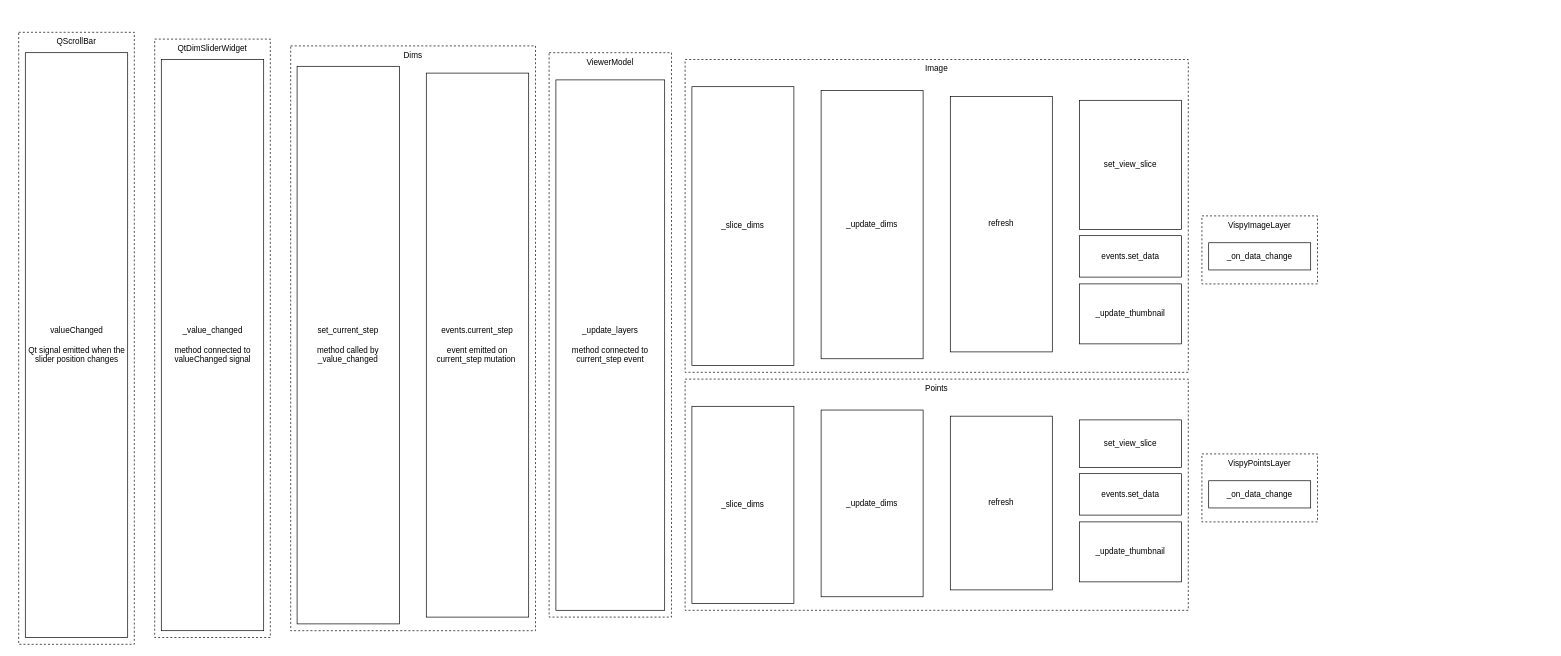
Before: napari-slicing-sync-calls.drawio in andy-sweet/napari-diagrams, a draw.io diagram. Source tidied: cells renumbered, new cells numbered last; positions are measured from the earlier drawing's top-left corner, leaving out a move shared by most shapes. Both pictures are drawn from the tidied source at 68%, with x=0, y=0 at pixel (18, 32).
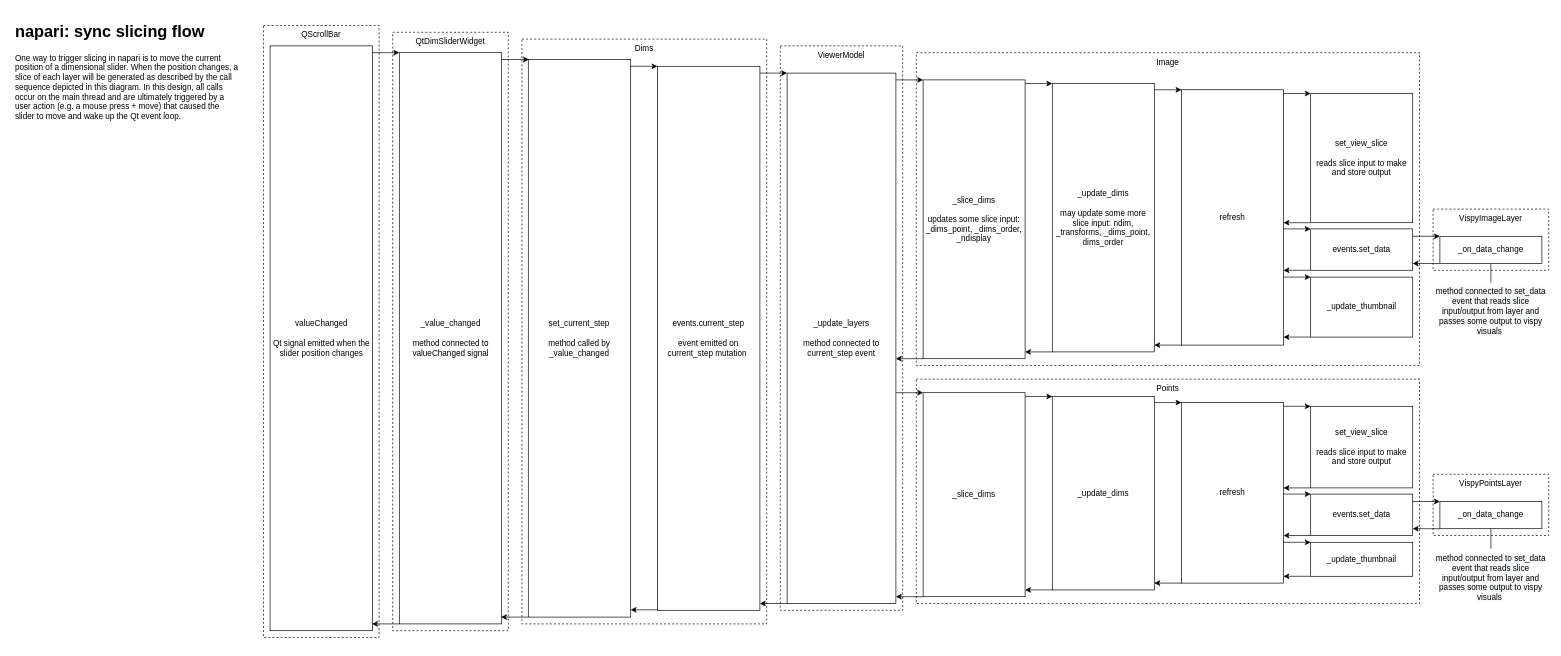
The same diagram, later.

The edit, as a diff of the source:
```diff
@@
-    <mxCell id="2" style="group;" parent="1" vertex="1">
-      <mxGeometry x="1740" y="270" width="170" height="100" as="geometry" />
-    </mxCell>
+    <mxCell id="6" value="VispyPointsLayer" style="rounded=0;whiteSpace=wrap;html=1;verticalAlign=top;align=center;spacingLeft=0;spacingTop=0;dashed=1;" parent="1" vertex="1">
+      <mxGeometry x="2080" y="650" width="170" height="90" as="geometry" />
+    </mxCell>
-    <mxCell id="3" value="VispyImageLayer" style="rounded=0;whiteSpace=wrap;html=1;verticalAlign=top;align=center;spacingLeft=0;spacingTop=0;dashed=1;" parent="2" vertex="1">
-      <mxGeometry width="170" height="100" as="geometry" />
+    <mxCell id="3" value="VispyImageLayer" style="rounded=0;whiteSpace=wrap;html=1;verticalAlign=top;align=center;spacingLeft=0;spacingTop=0;dashed=1;" parent="1" vertex="1">
+      <mxGeometry x="2080" y="260" width="170" height="90" as="geometry" />
     </mxCell>
-    <mxCell id="4" value="_on_data_change" style="rounded=0;whiteSpace=wrap;html=1;" parent="2" vertex="1">
-      <mxGeometry x="10" y="39.5" width="150" height="40" as="geometry" />
-    </mxCell>
-    <mxCell id="5" style="group;" parent="1" vertex="1">
-      <mxGeometry x="1740" y="620" width="170" height="100" as="geometry" />
-    </mxCell>
-    <mxCell id="6" value="VispyPointsLayer" style="rounded=0;whiteSpace=wrap;html=1;verticalAlign=top;align=center;spacingLeft=0;spacingTop=0;dashed=1;" parent="5" vertex="1">
-      <mxGeometry width="170" height="100" as="geometry" />
-    </mxCell>
-    <mxCell id="7" value="_on_data_change" style="rounded=0;whiteSpace=wrap;html=1;" parent="5" vertex="1">
-      <mxGeometry x="10" y="39.5" width="150" height="40" as="geometry" />
-    </mxCell>
+    <mxCell id="31" value="&lt;span style=&quot;color: rgb(0, 0, 0); font-family: Helvetica; font-size: 12px; font-style: normal; font-variant-ligatures: normal; font-variant-caps: normal; font-weight: 400; letter-spacing: normal; orphans: 2; text-indent: 0px; text-transform: none; widows: 2; word-spacing: 0px; -webkit-text-stroke-width: 0px; background-color: rgb(248, 249, 250); text-decoration-thickness: initial; text-decoration-style: initial; text-decoration-color: initial; float: none; display: inline !important;&quot;&gt;method connected to set_data event that reads slice input/output from layer and passes some output to vispy visuals&amp;nbsp;&lt;br&gt;&lt;/span&gt;" style="text;whiteSpace=wrap;html=1;align=center;" parent="1" vertex="1">
+      <mxGeometry x="2080" y="367.7" width="170" height="70.5" as="geometry" />
+    </mxCell>
     <mxCell id="8" value="ViewerModel" style="rounded=0;whiteSpace=wrap;html=1;verticalAlign=top;align=center;spacingLeft=0;spacingTop=0;dashed=1;fillColor=none;" parent="1" vertex="1">
-      <mxGeometry x="780" y="30" width="180" height="830" as="geometry" />
+      <mxGeometry x="1120" y="20" width="180" height="830" as="geometry" />
     </mxCell>
     <mxCell id="9" value="_update_layers&lt;br&gt;&lt;br&gt;method connected to current_step event" style="rounded=0;whiteSpace=wrap;html=1;" parent="1" vertex="1">
-      <mxGeometry x="790" y="70" width="160" height="780" as="geometry" />
+      <mxGeometry x="1130" y="60" width="160" height="780" as="geometry" />
     </mxCell>
     <mxCell id="10" value="Dims" style="rounded=0;whiteSpace=wrap;html=1;verticalAlign=top;align=center;spacingLeft=0;spacingTop=0;dashed=1;" parent="1" vertex="1">
-      <mxGeometry x="400" y="20" width="360" height="860" as="geometry" />
+      <mxGeometry x="740" y="10" width="360" height="860" as="geometry" />
     </mxCell>
     <mxCell id="11" value="events.current_step&lt;br&gt;&lt;br&gt;event emitted on current_step mutation&amp;nbsp;" style="rounded=0;whiteSpace=wrap;html=1;" parent="1" vertex="1">
-      <mxGeometry x="599.4" y="60" width="150.6" height="800" as="geometry" />
+      <mxGeometry x="939.4" y="50" width="150.6" height="800" as="geometry" />
     </mxCell>
-    <mxCell id="12" value="Points" style="rounded=0;whiteSpace=wrap;html=1;verticalAlign=top;align=center;spacingLeft=0;spacingTop=0;dashed=1;fillColor=none;" parent="1" vertex="1">
-      <mxGeometry x="980" y="510" width="740" height="340" as="geometry" />
-    </mxCell>
-    <mxCell id="13" value="_slice_dims" style="rounded=0;whiteSpace=wrap;html=1;" parent="1" vertex="1">
-      <mxGeometry x="990" y="550" width="150" height="290" as="geometry" />
-    </mxCell>
-    <mxCell id="14" value="_update_dims" style="rounded=0;whiteSpace=wrap;html=1;" parent="1" vertex="1">
-      <mxGeometry x="1180" y="555.5" width="150" height="274.6" as="geometry" />
-    </mxCell>
-    <mxCell id="15" value="refresh" style="rounded=0;whiteSpace=wrap;html=1;" parent="1" vertex="1">
-      <mxGeometry x="1370" y="564.5" width="150" height="255.5" as="geometry" />
-    </mxCell>
-    <mxCell id="16" value="set_view_slice" style="rounded=0;whiteSpace=wrap;html=1;" parent="1" vertex="1">
-      <mxGeometry x="1560" y="570" width="150" height="70" as="geometry" />
-    </mxCell>
-    <mxCell id="17" value="events.set_data" style="rounded=0;whiteSpace=wrap;html=1;" parent="1" vertex="1">
-      <mxGeometry x="1560" y="649.1" width="150" height="60.9" as="geometry" />
-    </mxCell>
-    <mxCell id="18" value="_update_thumbnail" style="rounded=0;whiteSpace=wrap;html=1;" parent="1" vertex="1">
-      <mxGeometry x="1560" y="720" width="150" height="88.2" as="geometry" />
-    </mxCell>
     <mxCell id="19" value="Image" style="rounded=0;whiteSpace=wrap;html=1;verticalAlign=top;align=center;spacingLeft=0;spacingTop=0;dashed=1;fillColor=none;" parent="1" vertex="1">
-      <mxGeometry x="980" y="40" width="740" height="460" as="geometry" />
+      <mxGeometry x="1320" y="30" width="740" height="460" as="geometry" />
     </mxCell>
-    <mxCell id="20" value="_slice_dims" style="rounded=0;whiteSpace=wrap;html=1;" parent="1" vertex="1">
-      <mxGeometry x="990" y="80" width="150" height="410" as="geometry" />
+    <mxCell id="20" value="_slice_dims&lt;br&gt;&lt;br&gt;updates some slice input: &lt;br&gt;_dims_point, _dims_order, _ndisplay" style="rounded=0;whiteSpace=wrap;html=1;" parent="1" vertex="1">
+      <mxGeometry x="1330" y="70" width="150" height="410" as="geometry" />
     </mxCell>
-    <mxCell id="21" value="_update_dims" style="rounded=0;whiteSpace=wrap;html=1;" parent="1" vertex="1">
-      <mxGeometry x="1180" y="85.5" width="150" height="394.6" as="geometry" />
+    <mxCell id="21" value="_update_dims&lt;br&gt;&lt;br&gt;may update some more slice input: ndim, _transforms, _dims_point, dims_order" style="rounded=0;whiteSpace=wrap;html=1;" parent="1" vertex="1">
+      <mxGeometry x="1520" y="75.4" width="150" height="394.6" as="geometry" />
     </mxCell>
     <mxCell id="22" value="refresh" style="rounded=0;whiteSpace=wrap;html=1;" parent="1" vertex="1">
-      <mxGeometry x="1370" y="94.5" width="150" height="375.5" as="geometry" />
+      <mxGeometry x="1710" y="84.5" width="150" height="375.5" as="geometry" />
     </mxCell>
-    <mxCell id="23" value="set_view_slice" style="rounded=0;whiteSpace=wrap;html=1;" parent="1" vertex="1">
-      <mxGeometry x="1560" y="100" width="150" height="190" as="geometry" />
+    <mxCell id="23" value="set_view_slice&lt;br&gt;&lt;br&gt;reads slice input to make and store output" style="rounded=0;whiteSpace=wrap;html=1;" parent="1" vertex="1">
+      <mxGeometry x="1900" y="90" width="150" height="190" as="geometry" />
     </mxCell>
     <mxCell id="24" value="events.set_data" style="rounded=0;whiteSpace=wrap;html=1;" parent="1" vertex="1">
-      <mxGeometry x="1560" y="299.1" width="150" height="60.9" as="geometry" />
+      <mxGeometry x="1900" y="289.1" width="150" height="60.9" as="geometry" />
     </mxCell>
     <mxCell id="25" value="_update_thumbnail" style="rounded=0;whiteSpace=wrap;html=1;" parent="1" vertex="1">
-      <mxGeometry x="1560" y="370" width="150" height="88.2" as="geometry" />
+      <mxGeometry x="1900" y="360" width="150" height="88.2" as="geometry" />
     </mxCell>
     <mxCell id="26" value="QtDimSliderWidget" style="rounded=0;whiteSpace=wrap;html=1;verticalAlign=top;align=center;spacingLeft=0;spacingTop=0;dashed=1;" parent="1" vertex="1">
-      <mxGeometry x="200" y="10" width="170" height="880" as="geometry" />
+      <mxGeometry x="550" width="170" height="880" as="geometry" />
     </mxCell>
     <mxCell id="27" value="_value_changed&lt;br&gt;&lt;br&gt;method connected to valueChanged signal" style="rounded=0;whiteSpace=wrap;html=1;" parent="1" vertex="1">
-      <mxGeometry x="209.7" y="40" width="150.6" height="840" as="geometry" />
+      <mxGeometry x="559.7" y="30" width="150.6" height="840" as="geometry" />
     </mxCell>
     <mxCell id="28" value="QScrollBar" style="rounded=0;whiteSpace=wrap;html=1;verticalAlign=top;align=center;spacingLeft=0;spacingTop=0;dashed=1;" parent="1" vertex="1">
-      <mxGeometry width="170" height="900" as="geometry" />
+      <mxGeometry x="360" y="-10" width="170" height="900" as="geometry" />
     </mxCell>
     <mxCell id="29" value="valueChanged&lt;br&gt;&lt;br&gt;Qt signal emitted when the slider position changes" style="rounded=0;whiteSpace=wrap;html=1;" parent="1" vertex="1">
-      <mxGeometry x="9.7" y="30" width="150.6" height="860" as="geometry" />
+      <mxGeometry x="369.7" y="20" width="150.6" height="860" as="geometry" />
     </mxCell>
     <mxCell id="30" value="set_current_step&lt;br&gt;&lt;br&gt;method called by _value_changed" style="rounded=0;whiteSpace=wrap;html=1;" parent="1" vertex="1">
-      <mxGeometry x="409.4" y="50" width="150.6" height="820" as="geometry" />
+      <mxGeometry x="749.4" y="40" width="150.6" height="820" as="geometry" />
     </mxCell>
+    <mxCell id="32" style="endArrow=classic;html=1;rounded=0;" parent="1" edge="1">
+      <mxGeometry relative="1" as="geometry">
+        <mxPoint x="519.7" y="30" as="sourcePoint" />
+        <mxPoint x="559.7" y="30" as="targetPoint" />
+      </mxGeometry>
+    </mxCell>
+    <mxCell id="33" style="endArrow=classic;html=1;rounded=0;" parent="1" edge="1">
+      <mxGeometry relative="1" as="geometry">
+        <mxPoint x="710.3" y="40" as="sourcePoint" />
+        <mxPoint x="750.3" y="40" as="targetPoint" />
+      </mxGeometry>
+    </mxCell>
+    <mxCell id="34" style="endArrow=classic;html=1;rounded=0;" parent="1" edge="1">
+      <mxGeometry relative="1" as="geometry">
+        <mxPoint x="899.4" y="50" as="sourcePoint" />
+        <mxPoint x="939.4" y="50" as="targetPoint" />
+      </mxGeometry>
+    </mxCell>
+    <mxCell id="35" style="endArrow=classic;html=1;rounded=0;" parent="1" edge="1">
+      <mxGeometry relative="1" as="geometry">
+        <mxPoint x="1090" y="60" as="sourcePoint" />
+        <mxPoint x="1130" y="60" as="targetPoint" />
+      </mxGeometry>
+    </mxCell>
+    <mxCell id="36" style="endArrow=classic;html=1;rounded=0;" parent="1" edge="1">
+      <mxGeometry relative="1" as="geometry">
+        <mxPoint x="1290" y="70" as="sourcePoint" />
+        <mxPoint x="1330" y="70" as="targetPoint" />
+      </mxGeometry>
+    </mxCell>
+    <mxCell id="37" style="endArrow=classic;html=1;rounded=0;" parent="1" edge="1">
+      <mxGeometry relative="1" as="geometry">
+        <mxPoint x="1480" y="75.4" as="sourcePoint" />
+        <mxPoint x="1520" y="75.4" as="targetPoint" />
+      </mxGeometry>
+    </mxCell>
+    <mxCell id="38" style="endArrow=classic;html=1;rounded=0;" parent="1" edge="1">
+      <mxGeometry relative="1" as="geometry">
+        <mxPoint x="1670" y="84.5" as="sourcePoint" />
+        <mxPoint x="1710" y="84.5" as="targetPoint" />
+      </mxGeometry>
+    </mxCell>
+    <mxCell id="39" style="endArrow=classic;html=1;rounded=0;" parent="1" edge="1">
+      <mxGeometry relative="1" as="geometry">
+        <mxPoint x="1860" y="90" as="sourcePoint" />
+        <mxPoint x="1900" y="90" as="targetPoint" />
+      </mxGeometry>
+    </mxCell>
+    <mxCell id="40" style="endArrow=classic;html=1;rounded=0;" parent="1" edge="1">
+      <mxGeometry relative="1" as="geometry">
+        <mxPoint x="2050" y="300" as="sourcePoint" />
+        <mxPoint x="2090" y="300" as="targetPoint" />
+      </mxGeometry>
+    </mxCell>
+    <mxCell id="41" style="endArrow=classic;html=1;rounded=0;" parent="1" edge="1">
+      <mxGeometry relative="1" as="geometry">
+        <mxPoint x="2090" y="340" as="sourcePoint" />
+        <mxPoint x="2050" y="340" as="targetPoint" />
+      </mxGeometry>
+    </mxCell>
+    <mxCell id="42" style="endArrow=classic;html=1;rounded=0;" parent="1" edge="1">
+      <mxGeometry relative="1" as="geometry">
+        <mxPoint x="1900" y="350" as="sourcePoint" />
+        <mxPoint x="1860" y="350" as="targetPoint" />
+      </mxGeometry>
+    </mxCell>
+    <mxCell id="43" style="endArrow=classic;html=1;rounded=0;" parent="1" edge="1">
+      <mxGeometry relative="1" as="geometry">
+        <mxPoint x="1900" y="448.2" as="sourcePoint" />
+        <mxPoint x="1860" y="448.2" as="targetPoint" />
+      </mxGeometry>
+    </mxCell>
+    <mxCell id="44" style="endArrow=classic;html=1;rounded=0;" parent="1" edge="1">
+      <mxGeometry relative="1" as="geometry">
+        <mxPoint x="1860" y="360" as="sourcePoint" />
+        <mxPoint x="1900" y="360" as="targetPoint" />
+      </mxGeometry>
+    </mxCell>
+    <mxCell id="45" style="endArrow=classic;html=1;rounded=0;" parent="1" edge="1">
+      <mxGeometry relative="1" as="geometry">
+        <mxPoint x="1860" y="289.1" as="sourcePoint" />
+        <mxPoint x="1900" y="289.1" as="targetPoint" />
+      </mxGeometry>
+    </mxCell>
+    <mxCell id="46" style="endArrow=classic;html=1;rounded=0;" parent="1" edge="1">
+      <mxGeometry relative="1" as="geometry">
+        <mxPoint x="1710" y="460" as="sourcePoint" />
+        <mxPoint x="1670" y="460" as="targetPoint" />
+      </mxGeometry>
+    </mxCell>
+    <mxCell id="47" style="endArrow=classic;html=1;rounded=0;" parent="1" edge="1">
+      <mxGeometry relative="1" as="geometry">
+        <mxPoint x="1520" y="470" as="sourcePoint" />
+        <mxPoint x="1480" y="470" as="targetPoint" />
+      </mxGeometry>
+    </mxCell>
+    <mxCell id="48" style="endArrow=classic;html=1;rounded=0;" parent="1" edge="1">
+      <mxGeometry relative="1" as="geometry">
+        <mxPoint x="1330" y="480" as="sourcePoint" />
+        <mxPoint x="1290" y="480" as="targetPoint" />
+      </mxGeometry>
+    </mxCell>
+    <mxCell id="49" style="endArrow=classic;html=1;rounded=0;" parent="1" edge="1">
+      <mxGeometry relative="1" as="geometry">
+        <mxPoint x="1130" y="840" as="sourcePoint" />
+        <mxPoint x="1090" y="840" as="targetPoint" />
+      </mxGeometry>
+    </mxCell>
+    <mxCell id="50" style="endArrow=classic;html=1;rounded=0;" parent="1" edge="1">
+      <mxGeometry relative="1" as="geometry">
+        <mxPoint x="940" y="849.3" as="sourcePoint" />
+        <mxPoint x="900" y="849.3" as="targetPoint" />
+      </mxGeometry>
+    </mxCell>
+    <mxCell id="51" style="endArrow=classic;html=1;rounded=0;" parent="1" edge="1">
+      <mxGeometry relative="1" as="geometry">
+        <mxPoint x="749.4" y="860" as="sourcePoint" />
+        <mxPoint x="709.4" y="860" as="targetPoint" />
+      </mxGeometry>
+    </mxCell>
+    <mxCell id="52" style="endArrow=classic;html=1;rounded=0;" parent="1" edge="1">
+      <mxGeometry relative="1" as="geometry">
+        <mxPoint x="559.7" y="870" as="sourcePoint" />
+        <mxPoint x="519.7" y="870" as="targetPoint" />
+      </mxGeometry>
+    </mxCell>
+    <mxCell id="53" style="endArrow=none;html=1;rounded=0;exitX=0.5;exitY=1;exitDx=0;exitDy=0;entryX=0.5;entryY=0;entryDx=0;entryDy=0;" parent="1" edge="1" source="4" target="31">
+      <mxGeometry relative="1" as="geometry" />
+    </mxCell>
+    <mxCell id="54" style="endArrow=classic;html=1;rounded=0;" parent="1" edge="1">
+      <mxGeometry relative="1" as="geometry">
+        <mxPoint x="1900" y="280" as="sourcePoint" />
+        <mxPoint x="1860" y="280" as="targetPoint" />
+      </mxGeometry>
+    </mxCell>
+    <mxCell id="12" value="Points" style="rounded=0;whiteSpace=wrap;html=1;verticalAlign=top;align=center;spacingLeft=0;spacingTop=0;dashed=1;fillColor=none;" parent="1" vertex="1">
+      <mxGeometry x="1320" y="510" width="740" height="330" as="geometry" />
+    </mxCell>
+    <mxCell id="13" value="_slice_dims" style="rounded=0;whiteSpace=wrap;html=1;" parent="1" vertex="1">
+      <mxGeometry x="1330" y="530" width="150" height="300" as="geometry" />
+    </mxCell>
+    <mxCell id="14" value="_update_dims" style="rounded=0;whiteSpace=wrap;html=1;" parent="1" vertex="1">
+      <mxGeometry x="1520" y="535.5" width="150" height="284.6" as="geometry" />
+    </mxCell>
+    <mxCell id="15" value="refresh" style="rounded=0;whiteSpace=wrap;html=1;" parent="1" vertex="1">
+      <mxGeometry x="1710" y="544.5" width="150" height="265.5" as="geometry" />
+    </mxCell>
+    <mxCell id="55" value="set_view_slice&lt;br&gt;&lt;br&gt;reads slice input to make and store output" style="rounded=0;whiteSpace=wrap;html=1;" parent="1" vertex="1">
+      <mxGeometry x="1900" y="550" width="150" height="120" as="geometry" />
+    </mxCell>
+    <mxCell id="17" value="events.set_data" style="rounded=0;whiteSpace=wrap;html=1;" parent="1" vertex="1">
+      <mxGeometry x="1900" y="679.1" width="150" height="60.9" as="geometry" />
+    </mxCell>
+    <mxCell id="18" value="_update_thumbnail" style="rounded=0;whiteSpace=wrap;html=1;" parent="1" vertex="1">
+      <mxGeometry x="1900" y="750" width="150" height="50" as="geometry" />
+    </mxCell>
+    <mxCell id="56" style="endArrow=classic;html=1;rounded=0;" parent="1" edge="1">
+      <mxGeometry relative="1" as="geometry">
+        <mxPoint x="1480" y="535.5" as="sourcePoint" />
+        <mxPoint x="1520" y="535.5" as="targetPoint" />
+      </mxGeometry>
+    </mxCell>
+    <mxCell id="57" style="endArrow=classic;html=1;rounded=0;" parent="1" edge="1">
+      <mxGeometry relative="1" as="geometry">
+        <mxPoint x="1670" y="544.5" as="sourcePoint" />
+        <mxPoint x="1710" y="544.5" as="targetPoint" />
+      </mxGeometry>
+    </mxCell>
+    <mxCell id="58" style="endArrow=classic;html=1;rounded=0;" parent="1" edge="1">
+      <mxGeometry relative="1" as="geometry">
+        <mxPoint x="1860" y="550" as="sourcePoint" />
+        <mxPoint x="1900" y="550" as="targetPoint" />
+      </mxGeometry>
+    </mxCell>
+    <mxCell id="59" style="endArrow=classic;html=1;rounded=0;" parent="1" edge="1">
+      <mxGeometry relative="1" as="geometry">
+        <mxPoint x="2050" y="690" as="sourcePoint" />
+        <mxPoint x="2090" y="690" as="targetPoint" />
+      </mxGeometry>
+    </mxCell>
+    <mxCell id="60" style="endArrow=classic;html=1;rounded=0;" parent="1" edge="1">
+      <mxGeometry relative="1" as="geometry">
+        <mxPoint x="2090" y="730" as="sourcePoint" />
+        <mxPoint x="2050" y="730" as="targetPoint" />
+      </mxGeometry>
+    </mxCell>
+    <mxCell id="61" style="endArrow=classic;html=1;rounded=0;" parent="1" edge="1">
+      <mxGeometry relative="1" as="geometry">
+        <mxPoint x="1900" y="740" as="sourcePoint" />
+        <mxPoint x="1860" y="740" as="targetPoint" />
+      </mxGeometry>
+    </mxCell>
+    <mxCell id="62" style="endArrow=classic;html=1;rounded=0;" parent="1" edge="1">
+      <mxGeometry relative="1" as="geometry">
+        <mxPoint x="1900" y="800" as="sourcePoint" />
+        <mxPoint x="1860" y="800" as="targetPoint" />
+      </mxGeometry>
+    </mxCell>
+    <mxCell id="63" style="endArrow=classic;html=1;rounded=0;" parent="1" edge="1">
+      <mxGeometry relative="1" as="geometry">
+        <mxPoint x="1860" y="750" as="sourcePoint" />
+        <mxPoint x="1900" y="750" as="targetPoint" />
+      </mxGeometry>
+    </mxCell>
+    <mxCell id="64" style="endArrow=classic;html=1;rounded=0;" parent="1" edge="1">
+      <mxGeometry relative="1" as="geometry">
+        <mxPoint x="1860" y="679.1" as="sourcePoint" />
+        <mxPoint x="1900" y="679.1" as="targetPoint" />
+      </mxGeometry>
+    </mxCell>
+    <mxCell id="65" style="endArrow=classic;html=1;rounded=0;" parent="1" edge="1">
+      <mxGeometry relative="1" as="geometry">
+        <mxPoint x="1710" y="810" as="sourcePoint" />
+        <mxPoint x="1670" y="810" as="targetPoint" />
+      </mxGeometry>
+    </mxCell>
+    <mxCell id="66" style="endArrow=classic;html=1;rounded=0;" parent="1" edge="1">
+      <mxGeometry relative="1" as="geometry">
+        <mxPoint x="1520" y="820" as="sourcePoint" />
+        <mxPoint x="1480" y="820" as="targetPoint" />
+      </mxGeometry>
+    </mxCell>
+    <mxCell id="67" value="&lt;span style=&quot;color: rgb(0, 0, 0); font-family: Helvetica; font-size: 12px; font-style: normal; font-variant-ligatures: normal; font-variant-caps: normal; font-weight: 400; letter-spacing: normal; orphans: 2; text-indent: 0px; text-transform: none; widows: 2; word-spacing: 0px; -webkit-text-stroke-width: 0px; background-color: rgb(248, 249, 250); text-decoration-thickness: initial; text-decoration-style: initial; text-decoration-color: initial; float: none; display: inline !important;&quot;&gt;method connected to set_data event that reads slice input/output from layer and passes some output to vispy visuals&amp;nbsp;&lt;br&gt;&lt;/span&gt;" style="text;whiteSpace=wrap;html=1;align=center;" parent="1" vertex="1">
+      <mxGeometry x="2080" y="759.5" width="170" height="70.5" as="geometry" />
+    </mxCell>
+    <mxCell id="68" style="endArrow=none;html=1;rounded=0;entryX=0.5;entryY=0;entryDx=0;entryDy=0;exitX=0.5;exitY=1;exitDx=0;exitDy=0;" parent="1" edge="1" source="7" target="67">
+      <mxGeometry relative="1" as="geometry" />
+    </mxCell>
+    <mxCell id="69" style="endArrow=classic;html=1;rounded=0;" parent="1" edge="1">
+      <mxGeometry relative="1" as="geometry">
+        <mxPoint x="1900" y="670" as="sourcePoint" />
+        <mxPoint x="1860" y="670" as="targetPoint" />
+      </mxGeometry>
+    </mxCell>
+    <mxCell id="70" style="endArrow=classic;html=1;rounded=0;" parent="1" edge="1">
+      <mxGeometry relative="1" as="geometry">
+        <mxPoint x="1330" y="830" as="sourcePoint" />
+        <mxPoint x="1290" y="830" as="targetPoint" />
+      </mxGeometry>
+    </mxCell>
+    <mxCell id="71" style="endArrow=classic;html=1;rounded=0;" parent="1" edge="1">
+      <mxGeometry relative="1" as="geometry">
+        <mxPoint x="1290" y="530" as="sourcePoint" />
+        <mxPoint x="1330" y="530" as="targetPoint" />
+      </mxGeometry>
+    </mxCell>
+    <mxCell id="4" value="_on_data_change" style="rounded=0;whiteSpace=wrap;html=1;" parent="1" vertex="1">
+      <mxGeometry x="2090" y="300" width="150" height="40" as="geometry" />
+    </mxCell>
+    <mxCell id="7" value="_on_data_change" style="rounded=0;whiteSpace=wrap;html=1;" parent="1" vertex="1">
+      <mxGeometry x="2090" y="690" width="150" height="40" as="geometry" />
+    </mxCell>
+    <mxCell id="72" value="&lt;h1&gt;napari: sync slicing flow&amp;nbsp;&lt;/h1&gt;&lt;p&gt;One way to trigger slicing in napari is to move the current position of a dimensional slider. When the position changes, a slice of each layer will be generated as described by the call sequence depicted in this diagram. In this design, all calls occur on the main thread and are ultimately triggered by a user action (e.g. a mouse press + move) that caused the slider to move and wake up the Qt event loop.&amp;nbsp;&lt;/p&gt;" style="text;html=1;strokeColor=none;fillColor=none;spacing=5;spacingTop=-20;whiteSpace=wrap;overflow=hidden;rounded=0;dashed=1;dashPattern=1 1;" parent="1" vertex="1">
+      <mxGeometry x="-10" y="-20" width="340" height="510" as="geometry" />
+    </mxCell>
```
